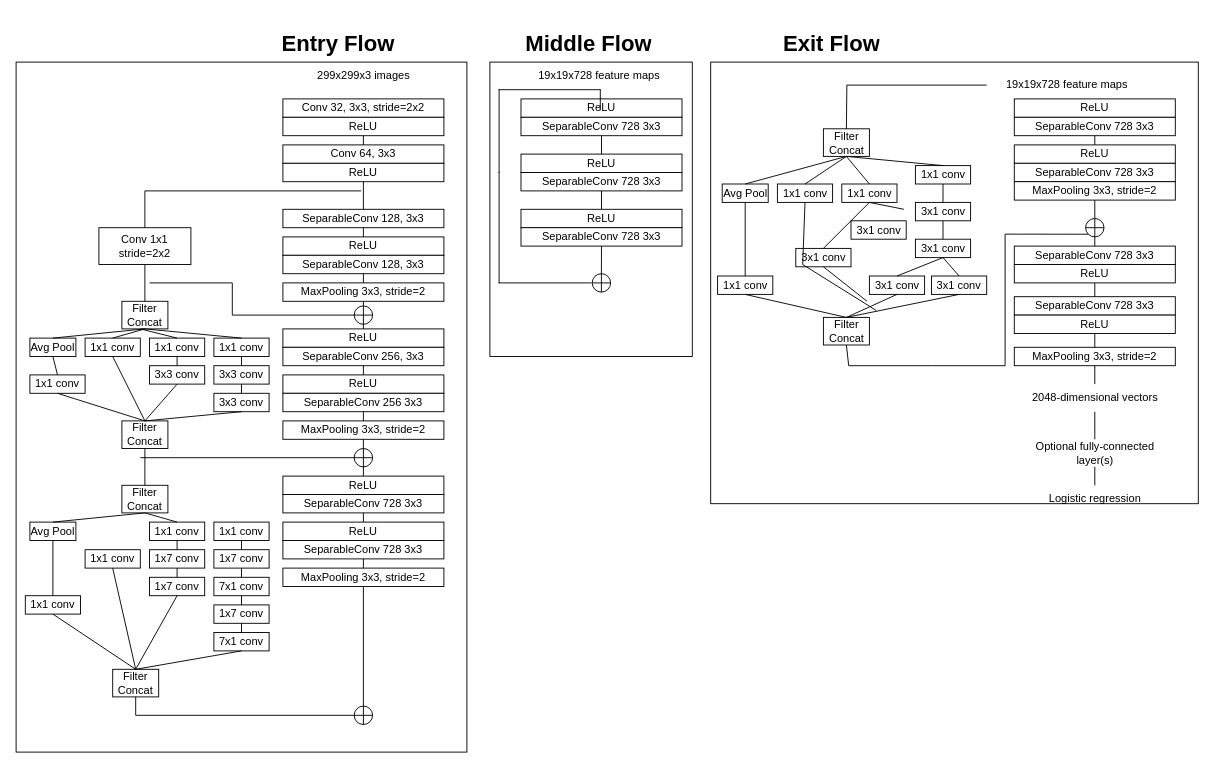
This is 제목 없는 다이어그램.drawio from InhaUnivSeniorProject/XceptionV2, a draw.io file, before an edit. Source tidied: cells renumbered, new cells numbered last; positions are measured from the earlier drawing's top-left corner, leaving out a move shared by most shapes. Both pictures are drawn from the tidied source at 92%, with x=0, y=0 at pixel (16, 25).
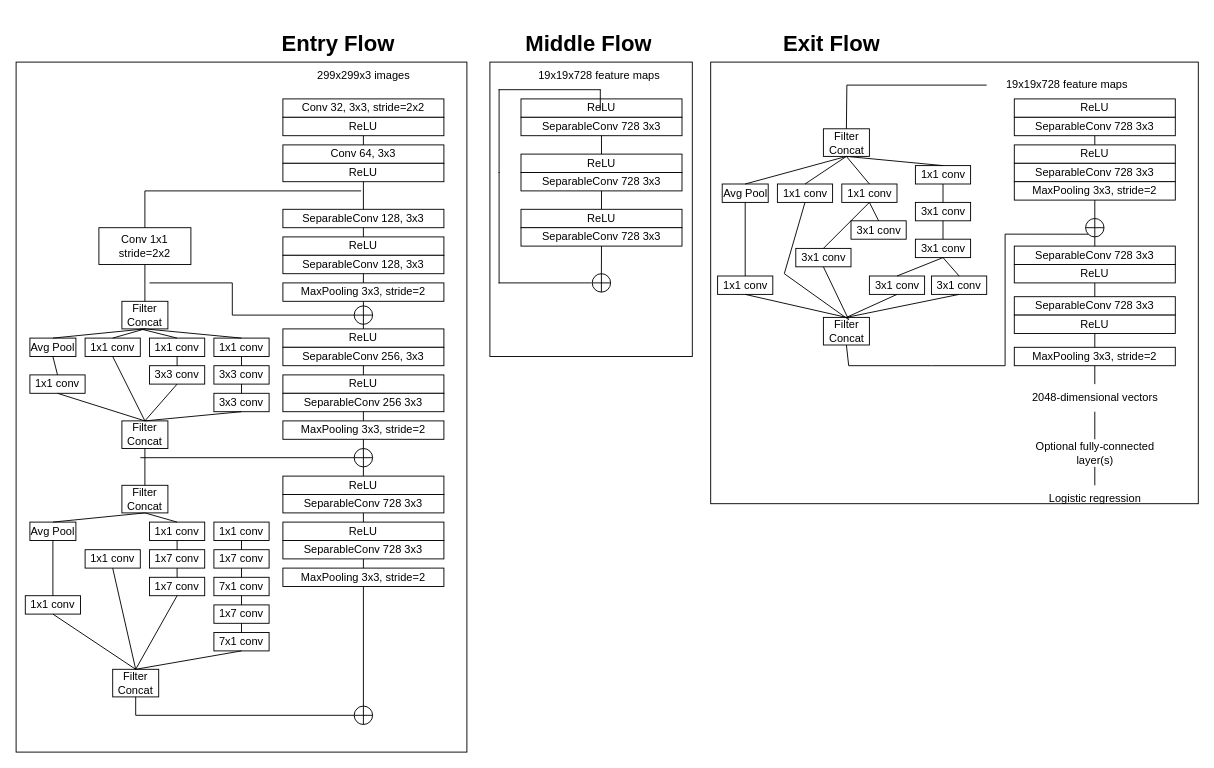
The same diagram, later.

The change refers to these unchanged cells:
```xml
<mxCell id="131" value="1x1 conv" style="rounded=0;whiteSpace=wrap;html=1;strokeColor=default;fontFamily=Helvetica;fontSize=12;fontColor=default;fillColor=default;" parent="1" vertex="1">
  <mxGeometry x="897.5" y="172.5" width="60" height="20" as="geometry" />
</mxCell>
<mxCell id="132" value="1x1 conv" style="rounded=0;whiteSpace=wrap;html=1;strokeColor=default;fontFamily=Helvetica;fontSize=12;fontColor=default;fillColor=default;" parent="1" vertex="1">
  <mxGeometry x="827.5" y="172.5" width="60" height="20" as="geometry" />
</mxCell>
<mxCell id="145" value="3x1 conv" style="rounded=0;whiteSpace=wrap;html=1;strokeColor=default;fontFamily=Helvetica;fontSize=12;fontColor=default;fillColor=default;" parent="1" vertex="1">
  <mxGeometry x="847.5" y="242.5" width="60" height="20" as="geometry" />
</mxCell>
<mxCell id="146" value="3x1 conv" style="rounded=0;whiteSpace=wrap;html=1;strokeColor=default;fontFamily=Helvetica;fontSize=12;fontColor=default;fillColor=default;" parent="1" vertex="1">
  <mxGeometry x="907.5" y="212.5" width="60" height="20" as="geometry" />
</mxCell>
```

The edit, as a diff of the source:
```diff
@@
-    <mxCell id="156" style="endArrow=none;html=1;rounded=0;fontFamily=Helvetica;fontSize=12;fontColor=default;elbow=vertical;entryX=0.5;entryY=1;entryDx=0;entryDy=0;" parent="1" edge="1" target="131">
-      <mxGeometry relative="1" as="geometry">
-        <mxPoint x="965" y="200" as="sourcePoint" />
-      </mxGeometry>
+    <mxCell id="156" style="endArrow=none;html=1;rounded=0;fontFamily=Helvetica;fontSize=12;fontColor=default;elbow=vertical;entryX=0.5;entryY=1;entryDx=0;entryDy=0;exitX=0.5;exitY=0;exitDx=0;exitDy=0;" parent="1" edge="1" source="146" target="131">
+      <mxGeometry relative="1" as="geometry" />
     </mxCell>
@@
     <mxCell id="161" style="endArrow=none;html=1;rounded=0;fontFamily=Helvetica;fontSize=12;fontColor=default;elbow=vertical;exitX=0.5;exitY=1;exitDx=0;exitDy=0;" parent="1" edge="1" source="145">
       <mxGeometry relative="1" as="geometry">
-        <mxPoint x="925" y="300" as="targetPoint" />
+        <mxPoint x="905" y="320" as="targetPoint" />
       </mxGeometry>
     </mxCell>
@@
     <mxCell id="164" style="endArrow=none;html=1;rounded=0;fontFamily=Helvetica;fontSize=12;fontColor=default;elbow=vertical;exitX=0.5;exitY=1;exitDx=0;exitDy=0;" parent="1" edge="1" source="132">
       <mxGeometry relative="1" as="geometry">
-        <mxPoint x="935" y="310" as="targetPoint" />
+        <mxPoint x="905" y="320" as="targetPoint" />
         <Array as="points">
-          <mxPoint x="855" y="260" />
+          <mxPoint x="835" y="270" />
         </Array>
       </mxGeometry>
     </mxCell>
```
